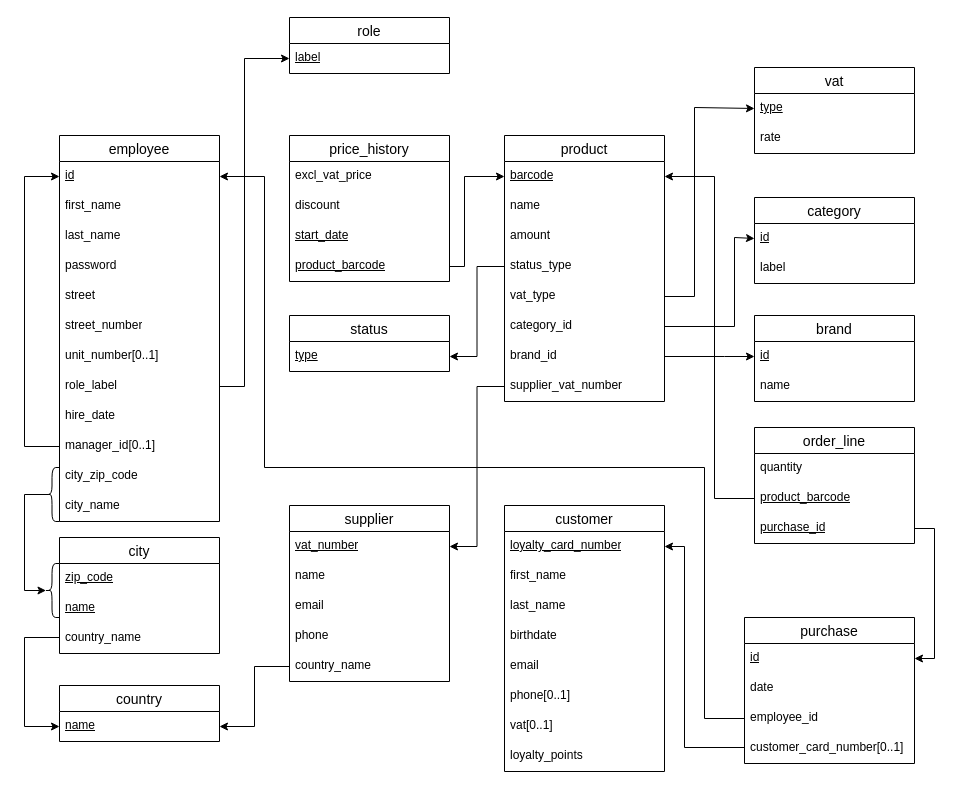
Before: docs/DB/Relational_diagram.drawio in maxoux53/petit-bazar, a draw.io diagram. Source tidied: cells renumbered, new cells numbered last; positions are measured from the earlier drawing's top-left corner, leaving out a move shared by most shapes. Both pictures are drawn from the tidied source at 100%, with x=0, y=0 at pixel (24, 17).
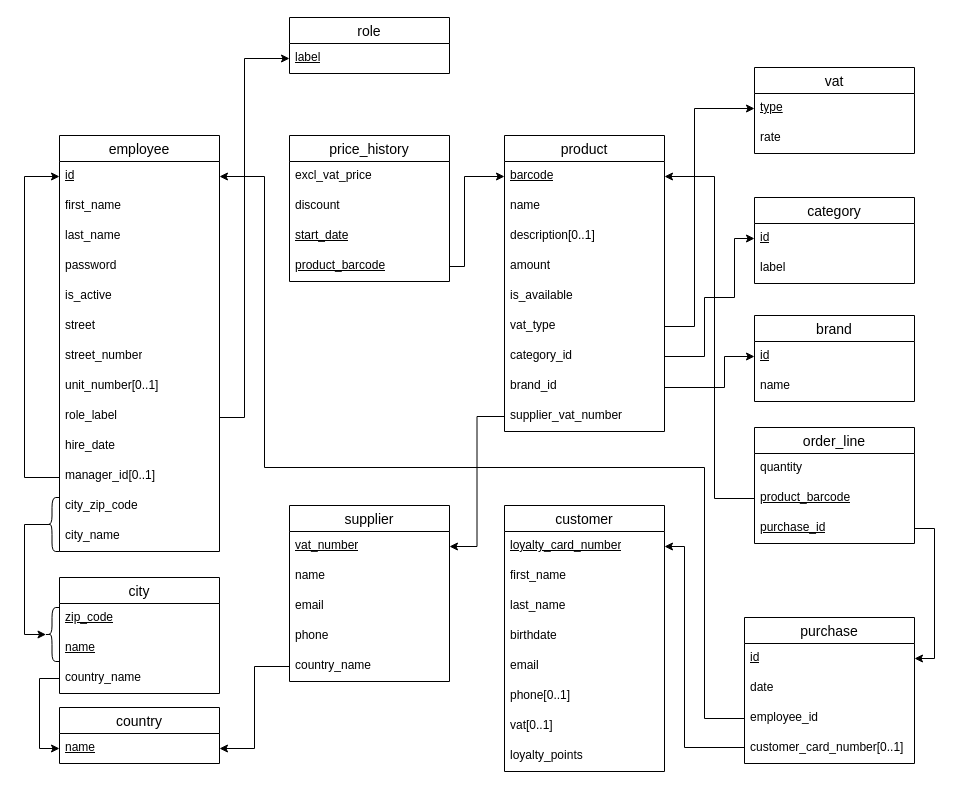
Above is the later version.

Commit message (it also covers changes not shown here):
DB update (add optionals and booleans) + replace status by is_available

Unchanged cells that the change refers to:
```xml
<mxCell id="3" value="&lt;u&gt;id&lt;/u&gt;" style="text;strokeColor=none;fillColor=none;spacingLeft=4;spacingRight=4;overflow=hidden;points=[[0,0.5],[1,0.5]];portConstraint=eastwest;fontSize=12;whiteSpace=wrap;html=1;" parent="2" vertex="1">
  <mxGeometry y="26" width="160" height="30" as="geometry" />
</mxCell>
<mxCell id="26" value="&lt;u&gt;id&lt;/u&gt;" style="text;strokeColor=none;fillColor=none;spacingLeft=4;spacingRight=4;overflow=hidden;points=[[0,0.5],[1,0.5]];portConstraint=eastwest;fontSize=12;whiteSpace=wrap;html=1;" parent="25" vertex="1">
  <mxGeometry y="26" width="160" height="30" as="geometry" />
</mxCell>
<mxCell id="37" value="country_name" style="text;strokeColor=none;fillColor=none;spacingLeft=4;spacingRight=4;overflow=hidden;points=[[0,0.5],[1,0.5]];portConstraint=eastwest;fontSize=12;whiteSpace=wrap;html=1;" parent="34" vertex="1">
  <mxGeometry y="86" width="160" height="30" as="geometry" />
</mxCell>
<mxCell id="39" value="&lt;u&gt;name&lt;/u&gt;" style="text;strokeColor=none;fillColor=none;spacingLeft=4;spacingRight=4;overflow=hidden;points=[[0,0.5],[1,0.5]];portConstraint=eastwest;fontSize=12;whiteSpace=wrap;html=1;" parent="38" vertex="1">
  <mxGeometry y="26" width="160" height="30" as="geometry" />
</mxCell>
<mxCell id="64" value="&lt;u&gt;id&lt;/u&gt;" style="text;strokeColor=none;fillColor=none;spacingLeft=4;spacingRight=4;overflow=hidden;points=[[0,0.5],[1,0.5]];portConstraint=eastwest;fontSize=12;whiteSpace=wrap;html=1;" parent="63" vertex="1">
  <mxGeometry y="26" width="160" height="30" as="geometry" />
</mxCell>
<mxCell id="67" value="&lt;u&gt;type&lt;/u&gt;" style="text;strokeColor=none;fillColor=none;spacingLeft=4;spacingRight=4;overflow=hidden;points=[[0,0.5],[1,0.5]];portConstraint=eastwest;fontSize=12;whiteSpace=wrap;html=1;" parent="66" vertex="1">
  <mxGeometry y="26" width="160" height="30" as="geometry" />
</mxCell>
<mxCell id="70" value="&lt;u&gt;label&lt;/u&gt;" style="text;strokeColor=none;fillColor=none;spacingLeft=4;spacingRight=4;overflow=hidden;points=[[0,0.5],[1,0.5]];portConstraint=eastwest;fontSize=12;whiteSpace=wrap;html=1;" parent="69" vertex="1">
  <mxGeometry y="26" width="160" height="30" as="geometry" />
</mxCell>
```

Change to the diagram source:
```diff
@@
     <mxCell id="2" value="employee" style="swimlane;fontStyle=0;horizontal=1;startSize=26;align=center;fontSize=14;" parent="1" vertex="1">
-      <mxGeometry x="35" y="118" width="160" height="386" as="geometry" />
+      <mxGeometry x="35" y="118" width="160" height="416" as="geometry" />
     </mxCell>
@@
+    <mxCell id="89" value="is_active" style="text;strokeColor=none;fillColor=none;spacingLeft=4;spacingRight=4;overflow=hidden;fontSize=12;whiteSpace=wrap;html=1;" parent="2" vertex="1">
+      <mxGeometry y="146" width="160" height="30" as="geometry" />
+    </mxCell>
     <mxCell id="7" value="street" style="text;strokeColor=none;fillColor=none;spacingLeft=4;spacingRight=4;overflow=hidden;fontSize=12;whiteSpace=wrap;html=1;" parent="2" vertex="1">
-      <mxGeometry y="146" width="160" height="30" as="geometry" />
+      <mxGeometry y="176" width="160" height="30" as="geometry" />
     </mxCell>
     <mxCell id="8" value="street_number" style="text;strokeColor=none;fillColor=none;spacingLeft=4;spacingRight=4;overflow=hidden;fontSize=12;whiteSpace=wrap;html=1;" parent="2" vertex="1">
-      <mxGeometry y="176" width="160" height="30" as="geometry" />
+      <mxGeometry y="206" width="160" height="30" as="geometry" />
     </mxCell>
     <mxCell id="9" value="unit_number[0..1]" style="text;strokeColor=none;fillColor=none;spacingLeft=4;spacingRight=4;overflow=hidden;fontSize=12;whiteSpace=wrap;html=1;" parent="2" vertex="1">
-      <mxGeometry y="206" width="160" height="30" as="geometry" />
+      <mxGeometry y="236" width="160" height="30" as="geometry" />
     </mxCell>
     <mxCell id="10" value="role_label" style="text;strokeColor=none;fillColor=none;spacingLeft=4;spacingRight=4;overflow=hidden;points=[[0,0.5],[1,0.5]];portConstraint=eastwest;fontSize=12;whiteSpace=wrap;html=1;" parent="2" vertex="1">
-      <mxGeometry y="236" width="160" height="30" as="geometry" />
+      <mxGeometry y="266" width="160" height="30" as="geometry" />
     </mxCell>
     <mxCell id="11" value="hire_date" style="text;strokeColor=none;fillColor=none;spacingLeft=4;spacingRight=4;overflow=hidden;fontSize=12;whiteSpace=wrap;html=1;" parent="2" vertex="1">
-      <mxGeometry y="266" width="160" height="30" as="geometry" />
+      <mxGeometry y="296" width="160" height="30" as="geometry" />
     </mxCell>
     <mxCell id="12" style="edgeStyle=orthogonalEdgeStyle;rounded=0;jettySize=auto;html=1;exitX=0;exitY=0.5;exitDx=0;exitDy=0;entryX=0;entryY=0.5;entryDx=0;entryDy=0;" parent="2" edge="1" source="13" target="3">
       <mxGeometry relative="1" as="geometry">
         <Array as="points">
-          <mxPoint x="-35" y="311" />
+          <mxPoint y="342" />
+          <mxPoint x="-35" y="342" />
           <mxPoint x="-35" y="41" />
         </Array>
       </mxGeometry>
     </mxCell>
     <mxCell id="13" value="manager_id[0..1]" style="text;strokeColor=none;fillColor=none;spacingLeft=4;spacingRight=4;overflow=hidden;points=[[0,0.5],[1,0.5]];portConstraint=eastwest;fontSize=12;whiteSpace=wrap;html=1;" parent="2" vertex="1">
-      <mxGeometry y="296" width="160" height="30" as="geometry" />
+      <mxGeometry y="326" width="160" height="30" as="geometry" />
     </mxCell>
     <mxCell id="14" value="city_zip_code" style="text;strokeColor=none;fillColor=none;spacingLeft=4;spacingRight=4;overflow=hidden;fontSize=12;whiteSpace=wrap;html=1;" parent="2" vertex="1">
-      <mxGeometry y="326" width="160" height="30" as="geometry" />
+      <mxGeometry y="356" width="160" height="30" as="geometry" />
     </mxCell>
     <mxCell id="15" value="city_name" style="text;strokeColor=none;fillColor=none;spacingLeft=4;spacingRight=4;overflow=hidden;fontSize=12;whiteSpace=wrap;html=1;" parent="2" vertex="1">
-      <mxGeometry y="356" width="160" height="30" as="geometry" />
+      <mxGeometry y="386" width="160" height="30" as="geometry" />
     </mxCell>
     <mxCell id="16" value="product" style="swimlane;fontStyle=0;horizontal=1;startSize=26;align=center;fontSize=14;" parent="1" vertex="1">
-      <mxGeometry x="480" y="118" width="160" height="266" as="geometry" />
+      <mxGeometry x="480" y="118" width="160" height="296" as="geometry" />
     </mxCell>
@@
+    <mxCell id="90" value="description[0..1]" style="text;strokeColor=none;fillColor=none;spacingLeft=4;spacingRight=4;overflow=hidden;fontSize=12;whiteSpace=wrap;html=1;" parent="16" vertex="1">
+      <mxGeometry y="86" width="160" height="30" as="geometry" />
+    </mxCell>
     <mxCell id="19" value="amount" style="text;strokeColor=none;fillColor=none;spacingLeft=4;spacingRight=4;overflow=hidden;fontSize=12;whiteSpace=wrap;html=1;" parent="16" vertex="1">
-      <mxGeometry y="86" width="160" height="30" as="geometry" />
+      <mxGeometry y="116" width="160" height="30" as="geometry" />
     </mxCell>
-    <mxCell id="20" value="status_type" style="text;strokeColor=none;fillColor=none;spacingLeft=4;spacingRight=4;overflow=hidden;points=[[0,0.5],[1,0.5]];portConstraint=eastwest;fontSize=12;whiteSpace=wrap;html=1;" parent="16" vertex="1">
-      <mxGeometry y="116" width="160" height="30" as="geometry" />
+    <mxCell id="20" value="is_available" style="text;strokeColor=none;fillColor=none;spacingLeft=4;spacingRight=4;overflow=hidden;points=[[0,0.5],[1,0.5]];portConstraint=eastwest;fontSize=12;whiteSpace=wrap;html=1;" parent="16" vertex="1">
+      <mxGeometry y="146" width="160" height="30" as="geometry" />
     </mxCell>
     <mxCell id="21" value="vat_type" style="text;strokeColor=none;fillColor=none;spacingLeft=4;spacingRight=4;overflow=hidden;points=[[0,0.5],[1,0.5]];portConstraint=eastwest;fontSize=12;whiteSpace=wrap;html=1;" parent="16" vertex="1">
-      <mxGeometry y="146" width="160" height="30" as="geometry" />
+      <mxGeometry y="176" width="160" height="30" as="geometry" />
     </mxCell>
     <mxCell id="22" value="category_id" style="text;strokeColor=none;fillColor=none;spacingLeft=4;spacingRight=4;overflow=hidden;points=[[0,0.5],[1,0.5]];portConstraint=eastwest;fontSize=12;whiteSpace=wrap;html=1;" parent="16" vertex="1">
-      <mxGeometry y="176" width="160" height="30" as="geometry" />
+      <mxGeometry y="206" width="160" height="30" as="geometry" />
     </mxCell>
     <mxCell id="23" value="brand_id" style="text;strokeColor=none;fillColor=none;spacingLeft=4;spacingRight=4;overflow=hidden;points=[[0,0.5],[1,0.5]];portConstraint=eastwest;fontSize=12;whiteSpace=wrap;html=1;" parent="16" vertex="1">
-      <mxGeometry y="206" width="160" height="30" as="geometry" />
+      <mxGeometry y="236" width="160" height="30" as="geometry" />
     </mxCell>
     <mxCell id="24" value="supplier_vat_number" style="text;strokeColor=none;fillColor=none;spacingLeft=4;spacingRight=4;overflow=hidden;points=[[0,0.5],[1,0.5]];portConstraint=eastwest;fontSize=12;whiteSpace=wrap;html=1;" parent="16" vertex="1">
-      <mxGeometry y="236" width="160" height="30" as="geometry" />
+      <mxGeometry y="266" width="160" height="30" as="geometry" />
     </mxCell>
@@
     <mxCell id="34" value="city" style="swimlane;fontStyle=0;horizontal=1;startSize=26;align=center;fontSize=14;" parent="1" vertex="1">
-      <mxGeometry x="35" y="520" width="160" height="116" as="geometry" />
+      <mxGeometry x="35" y="560" width="160" height="116" as="geometry" />
     </mxCell>
@@
     <mxCell id="38" value="country" style="swimlane;fontStyle=0;horizontal=1;startSize=26;align=center;fontSize=14;" parent="1" vertex="1">
-      <mxGeometry x="35" y="668" width="160" height="56" as="geometry" />
+      <mxGeometry x="35" y="690" width="160" height="56" as="geometry" />
     </mxCell>
@@
     <mxCell id="71" style="shape=curlyBracket;whiteSpace=wrap;html=1;rounded=1;labelPosition=left;verticalLabelPosition=middle;align=right;verticalAlign=middle;size=0.5;" parent="1" vertex="1">
-      <mxGeometry x="20" y="450" width="15" height="54" as="geometry" />
+      <mxGeometry x="20" y="480" width="15" height="54" as="geometry" />
     </mxCell>
     <mxCell id="72" style="shape=curlyBracket;whiteSpace=wrap;html=1;rounded=1;labelPosition=left;verticalLabelPosition=middle;align=right;verticalAlign=middle;size=0.5;" parent="1" vertex="1">
-      <mxGeometry x="20" y="546" width="15" height="54" as="geometry" />
+      <mxGeometry x="20" y="590" width="15" height="54" as="geometry" />
     </mxCell>
     <mxCell id="73" style="edgeStyle=orthogonalEdgeStyle;rounded=0;jettySize=auto;html=1;exitX=0.1;exitY=0.5;exitDx=0;exitDy=0;exitPerimeter=0;entryX=0.1;entryY=0.5;entryDx=0;entryDy=0;entryPerimeter=0;" parent="1" edge="1" source="71" target="72">
       <mxGeometry relative="1" as="geometry">
         <Array as="points">
-          <mxPoint y="477" />
-          <mxPoint y="573" />
+          <mxPoint y="507" />
+          <mxPoint y="617" />
         </Array>
       </mxGeometry>
     </mxCell>
-    <mxCell id="74" style="edgeStyle=orthogonalEdgeStyle;rounded=0;jettySize=auto;html=1;exitX=0;exitY=0.5;exitDx=0;exitDy=0;entryX=0;entryY=0.5;entryDx=0;entryDy=0;" parent="1" edge="1" source="37" target="39">
-      <mxGeometry relative="1" as="geometry">
-        <Array as="points">
-          <mxPoint y="620" />
-          <mxPoint y="709" />
-        </Array>
-      </mxGeometry>
-    </mxCell>
@@
     <mxCell id="77" style="edgeStyle=orthogonalEdgeStyle;rounded=0;jettySize=auto;html=1;exitX=1;exitY=0.5;exitDx=0;exitDy=0;entryX=0;entryY=0.5;entryDx=0;entryDy=0;" parent="1" edge="1" source="10" target="70">
       <mxGeometry relative="1" as="geometry">
         <Array as="points">
-          <mxPoint x="220" y="369" />
+          <mxPoint x="195" y="400" />
+          <mxPoint x="220" y="400" />
           <mxPoint x="220" y="41" />
         </Array>
       </mxGeometry>
     </mxCell>
@@
-    <mxCell id="80" style="edgeStyle=orthogonalEdgeStyle;rounded=0;jettySize=auto;html=1;entryX=0;entryY=0.5;entryDx=0;entryDy=0;exitX=1;exitY=0.5;exitDx=0;exitDy=0;" parent="1" edge="1" source="21" target="67">
-      <mxGeometry relative="1" as="geometry">
-        <Array as="points">
-          <mxPoint x="670" y="279" />
-          <mxPoint x="670" y="90" />
-          <mxPoint x="730" y="90" />
-        </Array>
-      </mxGeometry>
-    </mxCell>
-    <mxCell id="81" style="edgeStyle=orthogonalEdgeStyle;rounded=0;jettySize=auto;html=1;exitX=1;exitY=0.5;exitDx=0;exitDy=0;entryX=0;entryY=0.5;entryDx=0;entryDy=0;" parent="1" edge="1" source="22" target="64">
-      <mxGeometry relative="1" as="geometry">
-        <Array as="points">
-          <mxPoint x="710" y="309" />
-          <mxPoint x="710" y="220" />
-          <mxPoint x="730" y="220" />
-        </Array>
-      </mxGeometry>
-    </mxCell>
     <mxCell id="82" style="edgeStyle=orthogonalEdgeStyle;rounded=0;jettySize=auto;html=1;entryX=0;entryY=0.5;entryDx=0;entryDy=0;exitX=1;exitY=0.5;exitDx=0;exitDy=0;" parent="1" edge="1" source="23" target="26">
       <mxGeometry relative="1" as="geometry">
         <Array as="points">
-          <mxPoint x="700" y="339" />
+          <mxPoint x="700" y="370" />
           <mxPoint x="700" y="339" />
         </Array>
       </mxGeometry>
     </mxCell>
@@
-    <mxCell id="86" value="status" style="swimlane;fontStyle=0;horizontal=1;startSize=26;align=center;fontSize=14;" parent="1" vertex="1">
-      <mxGeometry x="265" y="298" width="160" height="56" as="geometry" />
-    </mxCell>
-    <mxCell id="87" value="&lt;u&gt;type&lt;/u&gt;" style="text;strokeColor=none;fillColor=none;spacingLeft=4;spacingRight=4;overflow=hidden;points=[[0,0.5],[1,0.5]];portConstraint=eastwest;fontSize=12;whiteSpace=wrap;html=1;" parent="86" vertex="1">
-      <mxGeometry y="26" width="160" height="30" as="geometry" />
-    </mxCell>
-    <mxCell id="88" style="edgeStyle=orthogonalEdgeStyle;rounded=0;jettySize=auto;html=1;exitX=0;exitY=0.5;exitDx=0;exitDy=0;entryX=1;entryY=0.5;entryDx=0;entryDy=0;" parent="1" edge="1" source="20" target="87">
-      <mxGeometry relative="1" as="geometry" />
-    </mxCell>
+    <mxCell id="81" style="edgeStyle=orthogonalEdgeStyle;rounded=0;jettySize=auto;html=1;exitX=1;exitY=0.5;exitDx=0;exitDy=0;entryX=0;entryY=0.5;entryDx=0;entryDy=0;" parent="1" edge="1" source="22" target="64">
+      <mxGeometry relative="1" as="geometry">
+        <Array as="points">
+          <mxPoint x="680" y="339" />
+          <mxPoint x="680" y="280" />
+          <mxPoint x="710" y="280" />
+          <mxPoint x="710" y="221" />
+        </Array>
+      </mxGeometry>
+    </mxCell>
+    <mxCell id="80" style="edgeStyle=orthogonalEdgeStyle;rounded=0;jettySize=auto;html=1;exitX=1;exitY=0.5;exitDx=0;exitDy=0;entryX=0;entryY=0.5;entryDx=0;entryDy=0;" parent="1" edge="1" source="21" target="67">
+      <mxGeometry relative="1" as="geometry">
+        <Array as="points">
+          <mxPoint x="670" y="309" />
+          <mxPoint x="670" y="91" />
+        </Array>
+      </mxGeometry>
+    </mxCell>
+    <mxCell id="74" style="edgeStyle=orthogonalEdgeStyle;rounded=0;jettySize=auto;html=1;exitX=0;exitY=0.5;exitDx=0;exitDy=0;entryX=0;entryY=0.5;entryDx=0;entryDy=0;" parent="1" edge="1" source="37" target="39">
+      <mxGeometry relative="1" as="geometry" />
+    </mxCell>
```
